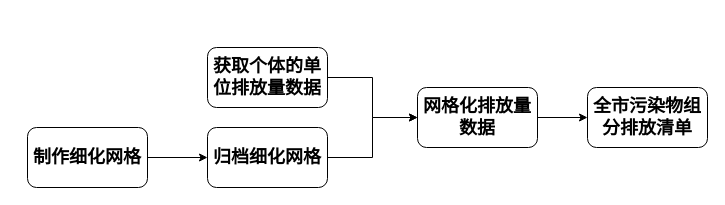
Earlier version of the draw.io diagram 总体排放源清单流程.drawio (WienWong/Misc). Source tidied: cells renumbered, new cells numbered last; positions are measured from the earlier drawing's top-left corner, leaving out a move shared by most shapes. Both pictures are drawn from the tidied source at 100%, with x=0, y=0 at pixel (27, 47).
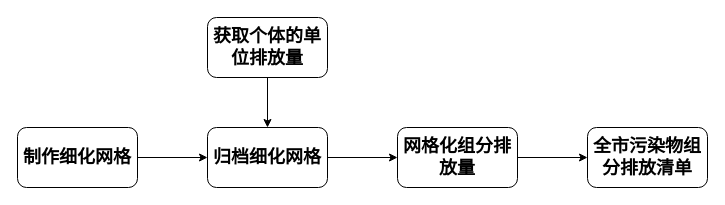
After the change.

Commit message:
Update 总体排放源清单流程.drawio

Diff of the diagram source:
```diff
@@
 <mxGraphModel>
   <root>
     <mxCell id="0" />
     <mxCell id="1" parent="0" />
     <mxCell id="2" style="edgeStyle=orthogonalEdgeStyle;rounded=0;jettySize=auto;html=1;exitX=1;exitY=0.5;exitDx=0;exitDy=0;entryX=0;entryY=0.5;entryDx=0;entryDy=0;" parent="1" edge="1" source="3" target="5">
       <mxGeometry relative="1" as="geometry" />
     </mxCell>
     <mxCell id="3" value="&lt;b&gt;&lt;font style=&quot;font-size: 18px&quot;&gt;制作细化网格&lt;/font&gt;&lt;/b&gt;" style="rounded=1;whiteSpace=wrap;html=1;" parent="1" vertex="1">
-      <mxGeometry y="80" width="120" height="60" as="geometry" />
+      <mxGeometry x="-10" y="80" width="120" height="60" as="geometry" />
     </mxCell>
     <mxCell id="4" style="edgeStyle=orthogonalEdgeStyle;rounded=0;jettySize=auto;html=1;exitX=1;exitY=0.5;exitDx=0;exitDy=0;entryX=0;entryY=0.5;entryDx=0;entryDy=0;" parent="1" edge="1" source="5" target="9">
       <mxGeometry relative="1" as="geometry" />
     </mxCell>
     <mxCell id="5" value="&lt;b&gt;&lt;font style=&quot;font-size: 18px&quot;&gt;归档细化网格&lt;/font&gt;&lt;/b&gt;" style="rounded=1;whiteSpace=wrap;html=1;" parent="1" vertex="1">
       <mxGeometry x="180" y="80" width="120" height="60" as="geometry" />
     </mxCell>
-    <mxCell id="6" style="edgeStyle=orthogonalEdgeStyle;rounded=0;jettySize=auto;html=1;exitX=1;exitY=0.5;exitDx=0;exitDy=0;entryX=0;entryY=0.5;entryDx=0;entryDy=0;" parent="1" edge="1" source="7" target="9">
-      <mxGeometry relative="1" as="geometry" />
-    </mxCell>
+    <mxCell id="11" style="edgeStyle=orthogonalEdgeStyle;rounded=0;jettySize=auto;html=1;exitX=0.5;exitY=1;exitDx=0;exitDy=0;" parent="1" edge="1" source="7" target="5">
+      <mxGeometry relative="1" as="geometry" />
+    </mxCell>
-    <mxCell id="7" value="&lt;b&gt;&lt;font style=&quot;font-size: 18px&quot;&gt;获取个体的单位排放量数据&lt;/font&gt;&lt;/b&gt;" style="rounded=1;whiteSpace=wrap;html=1;" parent="1" vertex="1">
-      <mxGeometry x="180" width="120" height="60" as="geometry" />
+    <mxCell id="7" value="&lt;b&gt;&lt;font style=&quot;font-size: 18px&quot;&gt;获取个体的单位排放量&lt;/font&gt;&lt;/b&gt;" style="rounded=1;whiteSpace=wrap;html=1;" parent="1" vertex="1">
+      <mxGeometry x="180" y="-30" width="120" height="60" as="geometry" />
     </mxCell>
     <mxCell id="8" style="edgeStyle=orthogonalEdgeStyle;rounded=0;jettySize=auto;html=1;exitX=1;exitY=0.5;exitDx=0;exitDy=0;entryX=0;entryY=0.5;entryDx=0;entryDy=0;" parent="1" edge="1" source="9" target="10">
       <mxGeometry relative="1" as="geometry" />
     </mxCell>
-    <mxCell id="9" value="&lt;b&gt;&lt;font style=&quot;font-size: 18px&quot;&gt;网格化排放量数据&lt;/font&gt;&lt;/b&gt;" style="rounded=1;whiteSpace=wrap;html=1;" parent="1" vertex="1">
-      <mxGeometry x="390" y="40" width="120" height="60" as="geometry" />
+    <mxCell id="9" value="&lt;b&gt;&lt;font style=&quot;font-size: 18px&quot;&gt;网格化组分排放量&lt;/font&gt;&lt;/b&gt;" style="rounded=1;whiteSpace=wrap;html=1;" parent="1" vertex="1">
+      <mxGeometry x="370" y="80" width="120" height="60" as="geometry" />
     </mxCell>
     <mxCell id="10" value="&lt;b&gt;&lt;font style=&quot;font-size: 18px&quot;&gt;全市污染物组分排放清单&lt;/font&gt;&lt;/b&gt;" style="rounded=1;whiteSpace=wrap;html=1;" parent="1" vertex="1">
-      <mxGeometry x="560" y="40" width="120" height="60" as="geometry" />
+      <mxGeometry x="560" y="80" width="120" height="60" as="geometry" />
     </mxCell>
   </root>
 </mxGraphModel>
```
